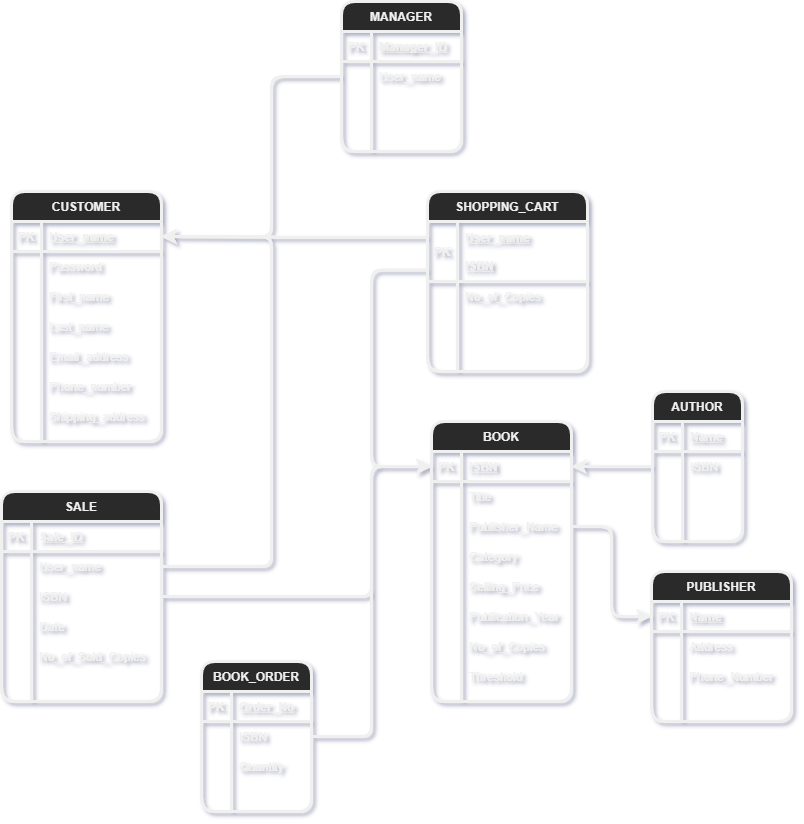
Before: Schema Diagram.png, a diagram exported from draw.io (MarwanAshrafGouda/BookOrderProcessingSystem). Source tidied: cells renumbered, new cells last; positions are measured from the earlier drawing's top-left corner, leaving out a move shared by most shapes.
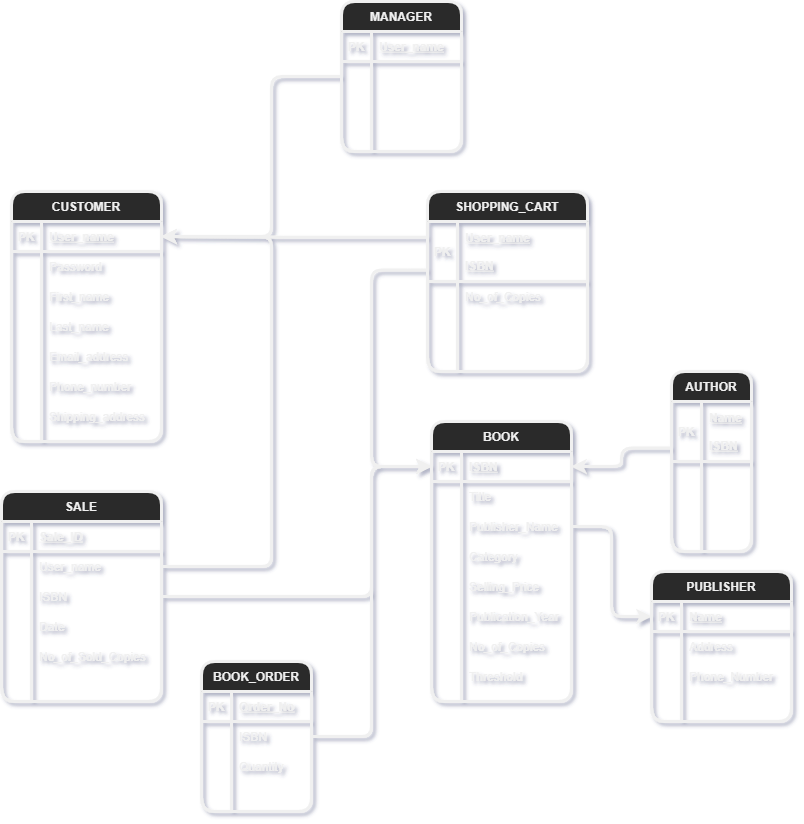
The same file after the commit.

Diff of the diagram source:
```diff
@@ -77,45 +77,6 @@
     <mxCell id="26" value="Threshold" style="shape=partialRectangle;fillColor=none;top=0;left=0;bottom=0;right=0;align=left;spacingLeft=6;overflow=hidden;rounded=1;strokeWidth=3;" parent="24" vertex="1">
       <mxGeometry x="30" width="110" height="30" as="geometry" />
     </mxCell>
-    <mxCell id="27" value="AUTHOR" style="shape=table;startSize=30;rowLines=0;fontStyle=1;align=center;rounded=1;strokeWidth=3;" parent="1" vertex="1">
-      <mxGeometry x="651" y="390" width="90" height="150" as="geometry" />
-    </mxCell>
-    <mxCell id="28" style="shape=partialRectangle;fillColor=none;top=0;left=0;bottom=1;right=0;rounded=1;strokeWidth=3;" parent="27" vertex="1">
-      <mxGeometry y="30" width="90" height="30" as="geometry" />
-    </mxCell>
-    <mxCell id="29" value="PK" style="shape=partialRectangle;fillColor=none;top=0;left=0;bottom=0;right=0;fontStyle=1;overflow=hidden;rounded=1;strokeWidth=3;" parent="28" vertex="1">
-      <mxGeometry width="30" height="30" as="geometry" />
-    </mxCell>
-    <mxCell id="30" value="Name" style="shape=partialRectangle;fillColor=none;top=0;left=0;bottom=0;right=0;align=left;spacingLeft=6;fontStyle=5;overflow=hidden;rounded=1;strokeWidth=3;" parent="28" vertex="1">
-      <mxGeometry x="30" width="60" height="30" as="geometry" />
-    </mxCell>
-    <mxCell id="31" style="shape=partialRectangle;fillColor=none;top=0;left=0;bottom=0;right=0;points=[[0,0.5],[1,0.5]];portConstraint=eastwest;rounded=1;strokeWidth=3;" parent="27" vertex="1">
-      <mxGeometry y="60" width="90" height="30" as="geometry" />
-    </mxCell>
-    <mxCell id="32" style="shape=partialRectangle;fillColor=none;top=0;left=0;bottom=0;right=0;overflow=hidden;rounded=1;strokeWidth=3;" parent="31" vertex="1">
-      <mxGeometry width="30" height="30" as="geometry" />
-    </mxCell>
-    <mxCell id="33" value="ISBN" style="shape=partialRectangle;fillColor=none;top=0;left=0;bottom=0;right=0;align=left;spacingLeft=6;overflow=hidden;rounded=1;strokeWidth=3;" parent="31" vertex="1">
-      <mxGeometry x="30" width="60" height="30" as="geometry" />
-    </mxCell>
-    <mxCell id="34" style="shape=partialRectangle;fillColor=none;top=0;left=0;bottom=0;right=0;rounded=1;strokeWidth=3;" parent="27" vertex="1">
-      <mxGeometry y="90" width="90" height="30" as="geometry" />
-    </mxCell>
-    <mxCell id="35" style="shape=partialRectangle;fillColor=none;top=0;left=0;bottom=0;right=0;overflow=hidden;rounded=1;strokeWidth=3;" parent="34" vertex="1">
-      <mxGeometry width="30" height="30" as="geometry" />
-    </mxCell>
-    <mxCell id="36" style="shape=partialRectangle;fillColor=none;top=0;left=0;bottom=0;right=0;align=left;spacingLeft=6;overflow=hidden;rounded=1;strokeWidth=3;" parent="34" vertex="1">
-      <mxGeometry x="30" width="60" height="30" as="geometry" />
-    </mxCell>
-    <mxCell id="37" style="shape=partialRectangle;fillColor=none;top=0;left=0;bottom=0;right=0;rounded=1;strokeWidth=3;" parent="27" vertex="1">
-      <mxGeometry y="120" width="90" height="30" as="geometry" />
-    </mxCell>
-    <mxCell id="38" style="shape=partialRectangle;fillColor=none;top=0;left=0;bottom=0;right=0;overflow=hidden;rounded=1;strokeWidth=3;" parent="37" vertex="1">
-      <mxGeometry width="30" height="30" as="geometry" />
-    </mxCell>
-    <mxCell id="39" style="shape=partialRectangle;fillColor=none;top=0;left=0;bottom=0;right=0;align=left;spacingLeft=6;overflow=hidden;rounded=1;strokeWidth=3;" parent="37" vertex="1">
-      <mxGeometry x="30" width="60" height="30" as="geometry" />
-    </mxCell>
     <mxCell id="40" value="BOOK_ORDER" style="shape=table;startSize=30;rowLines=0;fontStyle=1;align=center;rounded=1;strokeWidth=3;" parent="1" vertex="1">
       <mxGeometry x="200" y="660" width="110" height="150" as="geometry" />
     </mxCell>
@@ -164,7 +125,7 @@
     <mxCell id="55" value="PK" style="shape=partialRectangle;fillColor=none;top=0;left=0;bottom=0;right=0;fontStyle=1;overflow=hidden;rounded=1;strokeWidth=3;" parent="54" vertex="1">
       <mxGeometry width="30" height="30" as="geometry" />
     </mxCell>
-    <mxCell id="56" value="Manager_ID" style="shape=partialRectangle;fillColor=none;top=0;left=0;bottom=0;right=0;align=left;spacingLeft=6;fontStyle=5;overflow=hidden;rounded=1;strokeWidth=3;" parent="54" vertex="1">
+    <mxCell id="56" value="User_name" style="shape=partialRectangle;fillColor=none;top=0;left=0;bottom=0;right=0;align=left;spacingLeft=6;fontStyle=5;overflow=hidden;rounded=1;strokeWidth=3;" parent="54" vertex="1">
       <mxGeometry x="30" width="90" height="30" as="geometry" />
     </mxCell>
     <mxCell id="57" style="shape=partialRectangle;fillColor=none;top=0;left=0;bottom=0;right=0;points=[[0,0.5],[1,0.5]];portConstraint=eastwest;rounded=1;strokeWidth=3;" parent="53" vertex="1">
@@ -173,7 +134,7 @@
     <mxCell id="58" style="shape=partialRectangle;fillColor=none;top=0;left=0;bottom=0;right=0;overflow=hidden;rounded=1;strokeWidth=3;" parent="57" vertex="1">
       <mxGeometry width="30" height="30" as="geometry" />
     </mxCell>
-    <mxCell id="59" value="User_name" style="shape=partialRectangle;fillColor=none;top=0;left=0;bottom=0;right=0;align=left;spacingLeft=6;overflow=hidden;rounded=1;strokeWidth=3;" parent="57" vertex="1">
+    <mxCell id="59" style="shape=partialRectangle;fillColor=none;top=0;left=0;bottom=0;right=0;align=left;spacingLeft=6;overflow=hidden;rounded=1;strokeWidth=3;" parent="57" vertex="1">
       <mxGeometry x="30" width="90" height="30" as="geometry" />
     </mxCell>
     <mxCell id="60" style="shape=partialRectangle;fillColor=none;top=0;left=0;bottom=0;right=0;rounded=1;strokeWidth=3;" parent="53" vertex="1">
@@ -356,7 +317,7 @@
     <mxCell id="119" value="Shipping_address" style="shape=partialRectangle;fillColor=none;top=0;left=0;bottom=0;right=0;align=left;spacingLeft=6;overflow=hidden;rounded=1;strokeWidth=3;" parent="117" vertex="1">
       <mxGeometry x="30" width="120" height="30" as="geometry" />
     </mxCell>
-    <mxCell id="120" style="edgeStyle=orthogonalEdgeStyle;jettySize=auto;html=1;exitX=0;exitY=0.5;exitDx=0;exitDy=0;entryX=1;entryY=0.5;entryDx=0;entryDy=0;strokeWidth=3;" parent="1" edge="1" source="31" target="3">
+    <mxCell id="120" style="edgeStyle=orthogonalEdgeStyle;jettySize=auto;html=1;entryX=1;entryY=0.5;entryDx=0;entryDy=0;strokeWidth=3;exitX=0.002;exitY=0.776;exitDx=0;exitDy=0;exitPerimeter=0;" parent="1" edge="1" source="141" target="3">
       <mxGeometry relative="1" as="geometry" />
     </mxCell>
     <mxCell id="121" style="edgeStyle=orthogonalEdgeStyle;jettySize=auto;html=1;exitX=1;exitY=0.5;exitDx=0;exitDy=0;entryX=0;entryY=0.5;entryDx=0;entryDy=0;strokeWidth=3;" parent="1" edge="1" source="9" target="67">
@@ -444,5 +405,44 @@
         </Array>
       </mxGeometry>
     </mxCell>
+    <mxCell id="27" value="AUTHOR" style="shape=table;startSize=30;rowLines=0;fontStyle=1;align=center;rounded=1;strokeWidth=3;" parent="1" vertex="1">
+      <mxGeometry x="670" y="370" width="80" height="180" as="geometry" />
+    </mxCell>
+    <mxCell id="141" style="shape=partialRectangle;fillColor=none;top=0;left=0;bottom=1;right=0;points=[[0,0.5],[1,0.5]];portConstraint=eastwest;rounded=1;strokeWidth=3;" parent="27" vertex="1">
+      <mxGeometry y="30" width="80" height="60" as="geometry" />
+    </mxCell>
+    <mxCell id="29" value="PK" style="shape=partialRectangle;fillColor=none;top=0;left=0;bottom=0;right=0;fontStyle=1;overflow=hidden;rounded=1;strokeWidth=3;" parent="141" vertex="1">
+      <mxGeometry width="30" height="60" as="geometry" />
+    </mxCell>
+    <mxCell id="142" value="Name&#10;&#10;ISBN" style="shape=partialRectangle;fillColor=none;top=0;left=0;bottom=0;right=0;align=left;spacingLeft=6;fontStyle=5;overflow=hidden;rounded=1;strokeWidth=3;" parent="141" vertex="1">
+      <mxGeometry x="30" width="50" height="60" as="geometry" />
+    </mxCell>
+    <mxCell id="143" style="shape=partialRectangle;fillColor=none;top=0;left=0;bottom=0;right=0;rounded=1;strokeWidth=3;" parent="27" vertex="1">
+      <mxGeometry y="90" width="80" height="30" as="geometry" />
+    </mxCell>
+    <mxCell id="144" style="shape=partialRectangle;fillColor=none;top=0;left=0;bottom=0;right=0;overflow=hidden;rounded=1;strokeWidth=3;" parent="143" vertex="1">
+      <mxGeometry width="30" height="30" as="geometry" />
+    </mxCell>
+    <mxCell id="145" style="shape=partialRectangle;fillColor=none;top=0;left=0;bottom=0;right=0;align=left;spacingLeft=6;overflow=hidden;rounded=1;strokeWidth=3;" parent="143" vertex="1">
+      <mxGeometry x="30" width="50" height="30" as="geometry" />
+    </mxCell>
+    <mxCell id="146" style="shape=partialRectangle;fillColor=none;top=0;left=0;bottom=0;right=0;rounded=1;strokeWidth=3;" parent="27" vertex="1">
+      <mxGeometry y="120" width="80" height="30" as="geometry" />
+    </mxCell>
+    <mxCell id="147" style="shape=partialRectangle;fillColor=none;top=0;left=0;bottom=0;right=0;overflow=hidden;rounded=1;strokeWidth=3;" parent="146" vertex="1">
+      <mxGeometry width="30" height="30" as="geometry" />
+    </mxCell>
+    <mxCell id="148" style="shape=partialRectangle;fillColor=none;top=0;left=0;bottom=0;right=0;align=left;spacingLeft=6;overflow=hidden;rounded=1;strokeWidth=3;" parent="146" vertex="1">
+      <mxGeometry x="30" width="50" height="30" as="geometry" />
+    </mxCell>
+    <mxCell id="149" style="shape=partialRectangle;fillColor=none;top=0;left=0;bottom=0;right=0;rounded=1;strokeWidth=3;" parent="27" vertex="1">
+      <mxGeometry y="150" width="80" height="30" as="geometry" />
+    </mxCell>
+    <mxCell id="150" style="shape=partialRectangle;fillColor=none;top=0;left=0;bottom=0;right=0;overflow=hidden;rounded=1;strokeWidth=3;" parent="149" vertex="1">
+      <mxGeometry width="30" height="30" as="geometry" />
+    </mxCell>
+    <mxCell id="151" style="shape=partialRectangle;fillColor=none;top=0;left=0;bottom=0;right=0;align=left;spacingLeft=6;overflow=hidden;rounded=1;strokeWidth=3;" parent="149" vertex="1">
+      <mxGeometry x="30" width="50" height="30" as="geometry" />
+    </mxCell>
   </root>
 </mxGraphModel>
```
